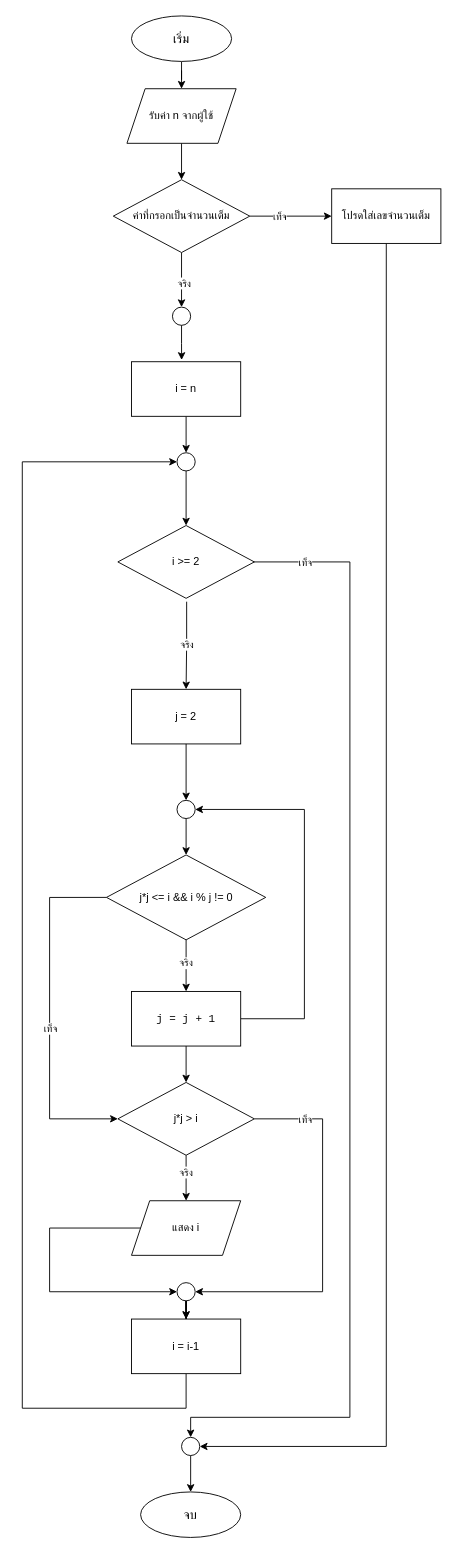
PattaraponR/ENGCC304 keeps this draw.io diagram as Test-Midterm/HW6.drawio. Above is the earlier version. Source tidied: cells renumbered, new cells numbered last; positions are measured from the earlier drawing's top-left corner, leaving out a move shared by most shapes. Both pictures are drawn from the tidied source at 91%, with x=0, y=0 at pixel (22, 15).
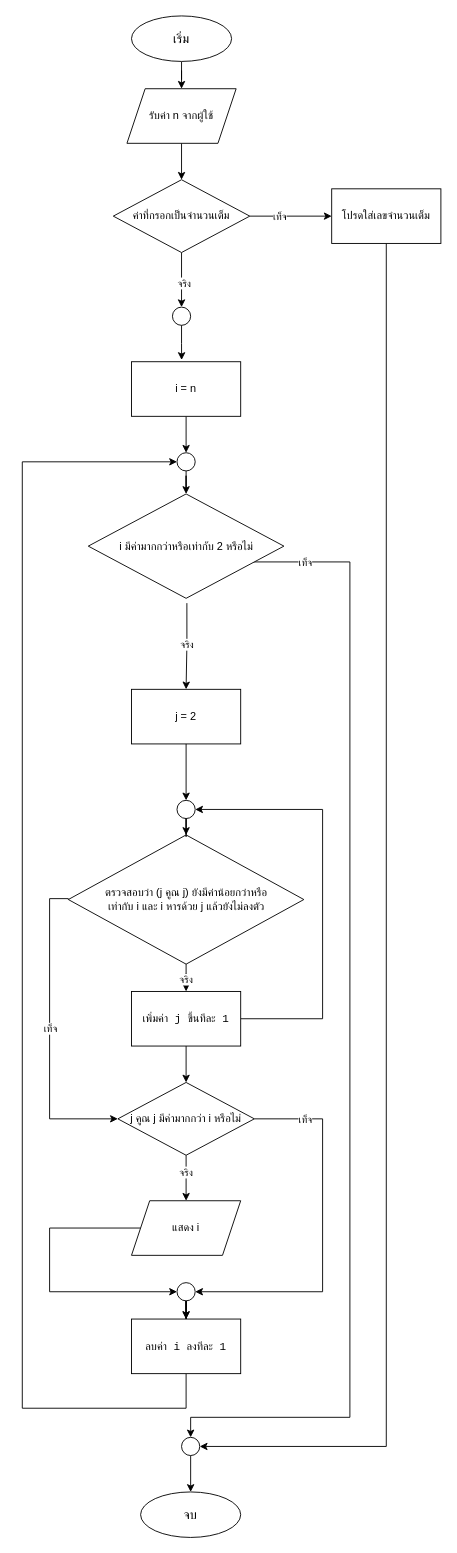
The same diagram, later.

Unchanged cells that the change refers to:
```xml
<mxCell id="27" style="ellipse;whiteSpace=wrap;html=1;" parent="1" vertex="1">
  <mxGeometry x="170" y="862" width="20" height="20" as="geometry" />
</mxCell>
```

Diff of the diagram source:
```diff
@@
-    <mxCell id="18" value="i &amp;gt;= 2" style="rhombus;whiteSpace=wrap;html=1;" parent="1" vertex="1">
-      <mxGeometry x="105" y="560" width="150" height="80" as="geometry" />
+    <mxCell id="18" value="i มีค่ามากกว่าหรือเท่ากับ 2 หรือไม่" style="rhombus;whiteSpace=wrap;html=1;" parent="1" vertex="1">
+      <mxGeometry x="72.5" y="525.3" width="215" height="114.7" as="geometry" />
     </mxCell>
@@
     <mxCell id="21" style="edgeStyle=orthogonalEdgeStyle;rounded=0;jettySize=auto;html=1;exitX=0;exitY=0.5;exitDx=0;exitDy=0;entryX=0;entryY=0.5;entryDx=0;entryDy=0;" parent="1" edge="1" source="22" target="25">
       <mxGeometry relative="1" as="geometry">
         <Array as="points">
-          <mxPoint x="30" y="969" />
+          <mxPoint x="30" y="970" />
           <mxPoint x="30" y="1212" />
         </Array>
       </mxGeometry>
     </mxCell>
-    <mxCell id="22" value="j*j &amp;lt;= i &amp;amp;&amp;amp; i % j != 0" style="rhombus;whiteSpace=wrap;html=1;" parent="1" vertex="1">
-      <mxGeometry x="92.5" y="922" width="175" height="93.3" as="geometry" />
+    <mxCell id="22" value="ตรวจสอบว่า (j คูณ j) ยังมีค่าน้อยกว่าหรือ&#10;เท่ากับ i และ i หารด้วย j แล้วยังไม่ลงตัว" style="rhombus;whiteSpace=wrap;html=1;" parent="1" vertex="1">
+      <mxGeometry x="50.6" y="900" width="258.8" height="142" as="geometry" />
     </mxCell>
@@
-    <mxCell id="25" value="j*j &amp;gt; i" style="rhombus;whiteSpace=wrap;html=1;" parent="1" vertex="1">
+    <mxCell id="25" value="j คูณ j มีค่ามากกว่า i หรือไม่" style="rhombus;whiteSpace=wrap;html=1;" parent="1" vertex="1">
       <mxGeometry x="105" y="1172" width="150" height="80" as="geometry" />
     </mxCell>
@@
-    <mxCell id="31" value="i = i-1" style="rounded=0;whiteSpace=wrap;html=1;" parent="1" vertex="1">
+    <mxCell id="31" value="&lt;span style=&quot;font-family: monospace;&quot;&gt;ลบค่า i ลงทีละ 1&lt;/span&gt;" style="rounded=0;whiteSpace=wrap;html=1;" parent="1" vertex="1">
       <mxGeometry x="120" y="1432" width="120" height="60" as="geometry" />
     </mxCell>
@@
     <mxCell id="41" style="edgeStyle=orthogonalEdgeStyle;rounded=0;jettySize=auto;html=1;entryX=1;entryY=0.5;entryDx=0;entryDy=0;" parent="1" edge="1" source="42" target="27">
       <mxGeometry relative="1" as="geometry">
         <Array as="points">
-          <mxPoint x="310" y="1102" />
-          <mxPoint x="310" y="872" />
-          <mxPoint x="190" y="872" />
+          <mxPoint x="330" y="1102" />
+          <mxPoint x="330" y="872" />
         </Array>
       </mxGeometry>
     </mxCell>
-    <mxCell id="42" value="&lt;code&gt;j = j + 1&lt;/code&gt;" style="rounded=0;whiteSpace=wrap;html=1;" parent="1" vertex="1">
+    <mxCell id="42" value="&lt;code&gt;เพิ่มค่า j ขึ้นทีละ 1&lt;/code&gt;" style="rounded=0;whiteSpace=wrap;html=1;" parent="1" vertex="1">
       <mxGeometry x="120" y="1072" width="120" height="60" as="geometry" />
     </mxCell>
     <mxCell id="43" value="จริง" style="edgeLabel;html=1;align=center;verticalAlign=middle;" parent="1" vertex="1">
-      <mxGeometry x="200" y="1042" as="geometry">
+      <mxGeometry x="200" y="1060" as="geometry">
         <mxPoint x="-21" y="-2" as="offset" />
       </mxGeometry>
     </mxCell>
```
